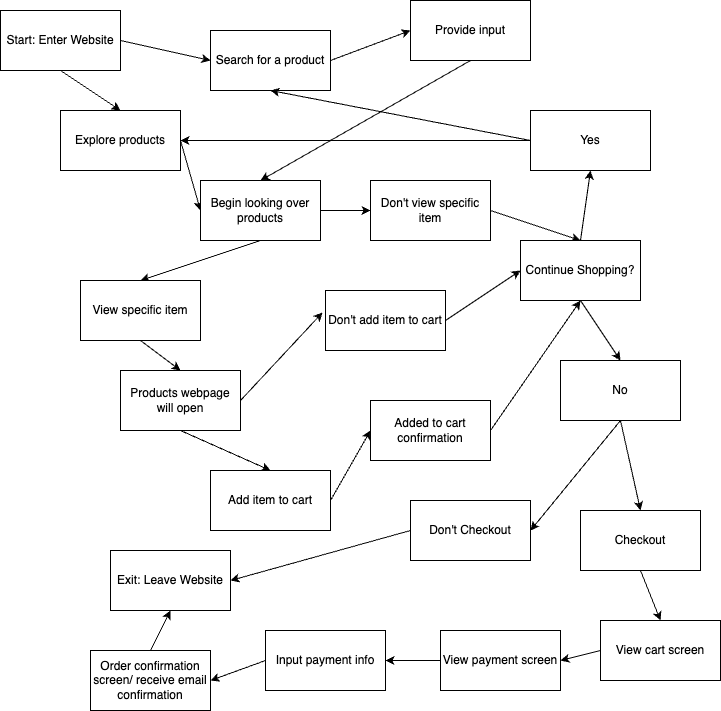
This is explore/diagramming/diagram.drawio.png from alexturco7/sp24-cse110-lab4, a draw.io export, as it was before one commit. Source tidied: cells renumbered, new cells last; positions are measured from the earlier drawing's top-left corner, leaving out a move shared by most shapes.
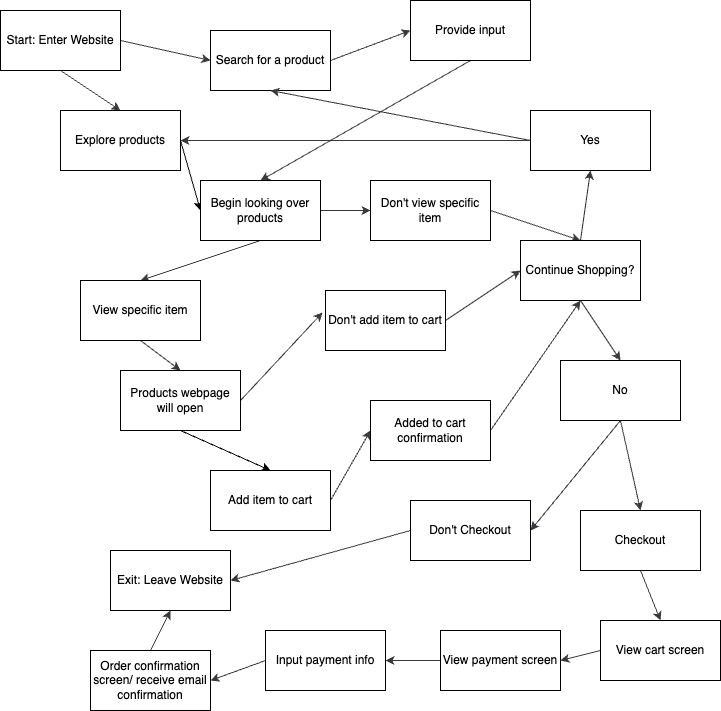
After the change.

Diff of the diagram source:
```diff
@@ -2,16 +2,16 @@
   <root>
     <mxCell id="0" />
     <mxCell id="1" parent="0" />
-    <mxCell id="2" style="edgeStyle=none;html=1;exitX=0.5;exitY=1;exitDx=0;exitDy=0;entryX=0.5;entryY=0;entryDx=0;entryDy=0;" parent="1" edge="1" source="4" target="8">
+    <mxCell id="2" style="edgeStyle=none;html=1;exitX=0.5;exitY=1;exitDx=0;exitDy=0;entryX=0.5;entryY=0;entryDx=0;entryDy=0;fillColor=#eeeeee;strokeColor=#36393d;" parent="1" edge="1" source="4" target="8">
       <mxGeometry relative="1" as="geometry" />
     </mxCell>
-    <mxCell id="3" style="edgeStyle=none;html=1;exitX=1;exitY=0.5;exitDx=0;exitDy=0;entryX=0;entryY=0.5;entryDx=0;entryDy=0;" parent="1" edge="1" source="4" target="6">
+    <mxCell id="3" style="edgeStyle=none;html=1;exitX=1;exitY=0.5;exitDx=0;exitDy=0;entryX=0;entryY=0.5;entryDx=0;entryDy=0;fillColor=#eeeeee;strokeColor=#36393d;" parent="1" edge="1" source="4" target="6">
       <mxGeometry relative="1" as="geometry" />
     </mxCell>
     <mxCell id="4" value="Start: Enter Website" style="whiteSpace=wrap;html=1;" parent="1" vertex="1">
       <mxGeometry y="10" width="120" height="60" as="geometry" />
     </mxCell>
-    <mxCell id="5" style="edgeStyle=none;html=1;exitX=1;exitY=0.5;exitDx=0;exitDy=0;entryX=0;entryY=0.5;entryDx=0;entryDy=0;" parent="1" edge="1" source="6" target="10">
+    <mxCell id="5" style="edgeStyle=none;html=1;exitX=1;exitY=0.5;exitDx=0;exitDy=0;entryX=0;entryY=0.5;entryDx=0;entryDy=0;fillColor=#eeeeee;strokeColor=#36393d;" parent="1" edge="1" source="6" target="10">
       <mxGeometry relative="1" as="geometry" />
     </mxCell>
     <mxCell id="6" value="Search for a product" style="whiteSpace=wrap;html=1;" parent="1" vertex="1">
@@ -23,28 +23,28 @@
     <mxCell id="8" value="Explore products" style="whiteSpace=wrap;html=1;" parent="1" vertex="1">
       <mxGeometry x="60" y="110" width="120" height="60" as="geometry" />
     </mxCell>
-    <mxCell id="9" style="edgeStyle=none;html=1;exitX=0.5;exitY=1;exitDx=0;exitDy=0;entryX=0.5;entryY=0;entryDx=0;entryDy=0;" parent="1" edge="1" source="10" target="13">
+    <mxCell id="9" style="edgeStyle=none;html=1;exitX=0.5;exitY=1;exitDx=0;exitDy=0;entryX=0.5;entryY=0;entryDx=0;entryDy=0;fillColor=#eeeeee;strokeColor=#36393d;" parent="1" edge="1" source="10" target="13">
       <mxGeometry relative="1" as="geometry" />
     </mxCell>
     <mxCell id="10" value="Provide input" style="whiteSpace=wrap;html=1;" parent="1" vertex="1">
       <mxGeometry x="410" width="120" height="60" as="geometry" />
     </mxCell>
-    <mxCell id="11" style="edgeStyle=none;html=1;exitX=0.5;exitY=1;exitDx=0;exitDy=0;entryX=0.5;entryY=0;entryDx=0;entryDy=0;" parent="1" edge="1" source="13" target="15">
+    <mxCell id="11" style="edgeStyle=none;html=1;exitX=0.5;exitY=1;exitDx=0;exitDy=0;entryX=0.5;entryY=0;entryDx=0;entryDy=0;fillColor=#eeeeee;strokeColor=#36393d;" parent="1" edge="1" source="13" target="15">
       <mxGeometry relative="1" as="geometry" />
     </mxCell>
-    <mxCell id="12" style="edgeStyle=none;html=1;exitX=1;exitY=0.5;exitDx=0;exitDy=0;entryX=0;entryY=0.5;entryDx=0;entryDy=0;" parent="1" edge="1" source="13" target="17">
+    <mxCell id="12" style="edgeStyle=none;html=1;exitX=1;exitY=0.5;exitDx=0;exitDy=0;entryX=0;entryY=0.5;entryDx=0;entryDy=0;fillColor=#eeeeee;strokeColor=#36393d;" parent="1" edge="1" source="13" target="17">
       <mxGeometry relative="1" as="geometry" />
     </mxCell>
     <mxCell id="13" value="Begin looking over products" style="whiteSpace=wrap;html=1;" parent="1" vertex="1">
       <mxGeometry x="200" y="180" width="120" height="60" as="geometry" />
     </mxCell>
-    <mxCell id="14" style="edgeStyle=none;html=1;exitX=0.5;exitY=1;exitDx=0;exitDy=0;entryX=0.5;entryY=0;entryDx=0;entryDy=0;" parent="1" edge="1" source="15" target="20">
+    <mxCell id="14" style="edgeStyle=none;html=1;exitX=0.5;exitY=1;exitDx=0;exitDy=0;entryX=0.5;entryY=0;entryDx=0;entryDy=0;fillColor=#eeeeee;strokeColor=#36393d;" parent="1" edge="1" source="15" target="20">
       <mxGeometry relative="1" as="geometry" />
     </mxCell>
     <mxCell id="15" value="View specific item" style="whiteSpace=wrap;html=1;" parent="1" vertex="1">
       <mxGeometry x="80" y="280" width="120" height="60" as="geometry" />
     </mxCell>
-    <mxCell id="16" style="edgeStyle=none;html=1;exitX=1;exitY=0.5;exitDx=0;exitDy=0;entryX=0.5;entryY=0;entryDx=0;entryDy=0;" parent="1" edge="1" source="17" target="29">
+    <mxCell id="16" style="edgeStyle=none;html=1;exitX=1;exitY=0.5;exitDx=0;exitDy=0;entryX=0.5;entryY=0;entryDx=0;entryDy=0;fillColor=#eeeeee;strokeColor=#36393d;" parent="1" edge="1" source="17" target="29">
       <mxGeometry relative="1" as="geometry" />
     </mxCell>
     <mxCell id="17" value="Don't view specific item" style="whiteSpace=wrap;html=1;" parent="1" vertex="1">
@@ -53,64 +53,64 @@
     <mxCell id="18" style="edgeStyle=none;html=1;exitX=0.5;exitY=1;exitDx=0;exitDy=0;entryX=0.5;entryY=0;entryDx=0;entryDy=0;" parent="1" edge="1" source="20" target="22">
       <mxGeometry relative="1" as="geometry" />
     </mxCell>
-    <mxCell id="19" style="edgeStyle=none;html=1;exitX=1;exitY=0.5;exitDx=0;exitDy=0;entryX=-0.025;entryY=0.367;entryDx=0;entryDy=0;entryPerimeter=0;" parent="1" edge="1" source="20" target="24">
+    <mxCell id="19" style="edgeStyle=none;html=1;exitX=1;exitY=0.5;exitDx=0;exitDy=0;entryX=-0.025;entryY=0.367;entryDx=0;entryDy=0;entryPerimeter=0;fillColor=#eeeeee;strokeColor=#36393d;" parent="1" edge="1" source="20" target="24">
       <mxGeometry relative="1" as="geometry" />
     </mxCell>
     <mxCell id="20" value="Products webpage will open" style="whiteSpace=wrap;html=1;" parent="1" vertex="1">
       <mxGeometry x="120" y="370" width="120" height="60" as="geometry" />
     </mxCell>
-    <mxCell id="21" style="edgeStyle=none;html=1;exitX=1;exitY=0.5;exitDx=0;exitDy=0;entryX=0;entryY=0.5;entryDx=0;entryDy=0;" parent="1" edge="1" source="22" target="26">
+    <mxCell id="21" style="edgeStyle=none;html=1;exitX=1;exitY=0.5;exitDx=0;exitDy=0;entryX=0;entryY=0.5;entryDx=0;entryDy=0;fillColor=#eeeeee;strokeColor=#36393d;" parent="1" edge="1" source="22" target="26">
       <mxGeometry relative="1" as="geometry" />
     </mxCell>
     <mxCell id="22" value="Add item to cart" style="whiteSpace=wrap;html=1;" parent="1" vertex="1">
       <mxGeometry x="210" y="470" width="120" height="60" as="geometry" />
     </mxCell>
-    <mxCell id="23" style="edgeStyle=none;html=1;exitX=1;exitY=0.5;exitDx=0;exitDy=0;entryX=0;entryY=0.5;entryDx=0;entryDy=0;" parent="1" edge="1" source="24" target="29">
+    <mxCell id="23" style="edgeStyle=none;html=1;exitX=1;exitY=0.5;exitDx=0;exitDy=0;entryX=0;entryY=0.5;entryDx=0;entryDy=0;fillColor=#eeeeee;strokeColor=#36393d;" parent="1" edge="1" source="24" target="29">
       <mxGeometry relative="1" as="geometry" />
     </mxCell>
     <mxCell id="24" value="Don't add item to cart" style="whiteSpace=wrap;html=1;" parent="1" vertex="1">
       <mxGeometry x="325" y="290" width="120" height="60" as="geometry" />
     </mxCell>
-    <mxCell id="25" style="edgeStyle=none;html=1;exitX=1;exitY=0.5;exitDx=0;exitDy=0;entryX=0.5;entryY=1;entryDx=0;entryDy=0;" parent="1" edge="1" source="26" target="29">
+    <mxCell id="25" style="edgeStyle=none;html=1;exitX=1;exitY=0.5;exitDx=0;exitDy=0;entryX=0.5;entryY=1;entryDx=0;entryDy=0;fillColor=#eeeeee;strokeColor=#36393d;" parent="1" edge="1" source="26" target="29">
       <mxGeometry relative="1" as="geometry" />
     </mxCell>
     <mxCell id="26" value="Added to cart confirmation" style="whiteSpace=wrap;html=1;" parent="1" vertex="1">
       <mxGeometry x="370" y="400" width="120" height="60" as="geometry" />
     </mxCell>
-    <mxCell id="27" style="edgeStyle=none;html=1;exitX=0.5;exitY=1;exitDx=0;exitDy=0;entryX=0.5;entryY=0;entryDx=0;entryDy=0;" parent="1" edge="1" source="29" target="35">
+    <mxCell id="27" style="edgeStyle=none;html=1;exitX=0.5;exitY=1;exitDx=0;exitDy=0;entryX=0.5;entryY=0;entryDx=0;entryDy=0;fillColor=#eeeeee;strokeColor=#36393d;" parent="1" edge="1" source="29" target="35">
       <mxGeometry relative="1" as="geometry" />
     </mxCell>
-    <mxCell id="28" style="edgeStyle=none;html=1;exitX=0.5;exitY=0;exitDx=0;exitDy=0;entryX=0.5;entryY=1;entryDx=0;entryDy=0;" parent="1" edge="1" source="29" target="32">
+    <mxCell id="28" style="edgeStyle=none;html=1;exitX=0.5;exitY=0;exitDx=0;exitDy=0;entryX=0.5;entryY=1;entryDx=0;entryDy=0;fillColor=#eeeeee;strokeColor=#36393d;" parent="1" edge="1" source="29" target="32">
       <mxGeometry relative="1" as="geometry" />
     </mxCell>
     <mxCell id="29" value="Continue Shopping?" style="whiteSpace=wrap;html=1;" parent="1" vertex="1">
       <mxGeometry x="520" y="240" width="120" height="60" as="geometry" />
     </mxCell>
-    <mxCell id="30" style="edgeStyle=none;html=1;exitX=0;exitY=0.5;exitDx=0;exitDy=0;entryX=1;entryY=0.5;entryDx=0;entryDy=0;" parent="1" edge="1" source="32" target="8">
+    <mxCell id="30" style="edgeStyle=none;html=1;exitX=0;exitY=0.5;exitDx=0;exitDy=0;entryX=1;entryY=0.5;entryDx=0;entryDy=0;fillColor=#eeeeee;strokeColor=#36393d;" parent="1" edge="1" source="32" target="8">
       <mxGeometry relative="1" as="geometry" />
     </mxCell>
-    <mxCell id="31" style="edgeStyle=none;html=1;exitX=0;exitY=0.5;exitDx=0;exitDy=0;entryX=0.5;entryY=1;entryDx=0;entryDy=0;" parent="1" edge="1" source="32" target="6">
+    <mxCell id="31" style="edgeStyle=none;html=1;exitX=0;exitY=0.5;exitDx=0;exitDy=0;entryX=0.5;entryY=1;entryDx=0;entryDy=0;fillColor=#eeeeee;strokeColor=#36393d;" parent="1" edge="1" source="32" target="6">
       <mxGeometry relative="1" as="geometry" />
     </mxCell>
     <mxCell id="32" value="Yes" style="whiteSpace=wrap;html=1;" parent="1" vertex="1">
       <mxGeometry x="530" y="110" width="120" height="60" as="geometry" />
     </mxCell>
-    <mxCell id="33" style="edgeStyle=none;html=1;exitX=0.5;exitY=1;exitDx=0;exitDy=0;entryX=1;entryY=0.5;entryDx=0;entryDy=0;" parent="1" edge="1" source="35" target="37">
+    <mxCell id="33" style="edgeStyle=none;html=1;exitX=0.5;exitY=1;exitDx=0;exitDy=0;entryX=1;entryY=0.5;entryDx=0;entryDy=0;fillColor=#eeeeee;strokeColor=#36393d;" parent="1" edge="1" source="35" target="37">
       <mxGeometry relative="1" as="geometry" />
     </mxCell>
-    <mxCell id="34" style="edgeStyle=none;html=1;exitX=0.5;exitY=1;exitDx=0;exitDy=0;entryX=0.5;entryY=0;entryDx=0;entryDy=0;" parent="1" edge="1" source="35" target="39">
+    <mxCell id="34" style="edgeStyle=none;html=1;exitX=0.5;exitY=1;exitDx=0;exitDy=0;entryX=0.5;entryY=0;entryDx=0;entryDy=0;fillColor=#eeeeee;strokeColor=#36393d;" parent="1" edge="1" source="35" target="39">
       <mxGeometry relative="1" as="geometry" />
     </mxCell>
     <mxCell id="35" value="No" style="whiteSpace=wrap;html=1;" parent="1" vertex="1">
       <mxGeometry x="560" y="360" width="120" height="60" as="geometry" />
     </mxCell>
-    <mxCell id="36" style="edgeStyle=none;html=1;exitX=0;exitY=0.5;exitDx=0;exitDy=0;entryX=1;entryY=0.5;entryDx=0;entryDy=0;" parent="1" edge="1" source="37" target="40">
+    <mxCell id="36" style="edgeStyle=none;html=1;exitX=0;exitY=0.5;exitDx=0;exitDy=0;entryX=1;entryY=0.5;entryDx=0;entryDy=0;fillColor=#eeeeee;strokeColor=#36393d;" parent="1" edge="1" source="37" target="40">
       <mxGeometry relative="1" as="geometry" />
     </mxCell>
     <mxCell id="37" value="Don't Checkout" style="whiteSpace=wrap;html=1;" parent="1" vertex="1">
       <mxGeometry x="410" y="500" width="120" height="60" as="geometry" />
     </mxCell>
-    <mxCell id="38" style="edgeStyle=none;html=1;exitX=0.5;exitY=1;exitDx=0;exitDy=0;entryX=0.5;entryY=0;entryDx=0;entryDy=0;" parent="1" edge="1" source="39" target="42">
+    <mxCell id="38" style="edgeStyle=none;html=1;exitX=0.5;exitY=1;exitDx=0;exitDy=0;entryX=0.5;entryY=0;entryDx=0;entryDy=0;fillColor=#eeeeee;strokeColor=#36393d;" parent="1" edge="1" source="39" target="42">
       <mxGeometry relative="1" as="geometry" />
     </mxCell>
     <mxCell id="39" value="Checkout" style="whiteSpace=wrap;html=1;" parent="1" vertex="1">
@@ -119,25 +119,25 @@
     <mxCell id="40" value="Exit: Leave Website" style="whiteSpace=wrap;html=1;" parent="1" vertex="1">
       <mxGeometry x="110" y="550" width="120" height="60" as="geometry" />
     </mxCell>
-    <mxCell id="41" style="edgeStyle=none;html=1;exitX=0;exitY=0.5;exitDx=0;exitDy=0;entryX=1;entryY=0.5;entryDx=0;entryDy=0;" parent="1" edge="1" source="42" target="44">
+    <mxCell id="41" style="edgeStyle=none;html=1;exitX=0;exitY=0.5;exitDx=0;exitDy=0;entryX=1;entryY=0.5;entryDx=0;entryDy=0;fillColor=#eeeeee;strokeColor=#36393d;" parent="1" edge="1" source="42" target="44">
       <mxGeometry relative="1" as="geometry" />
     </mxCell>
     <mxCell id="42" value="View cart screen" style="whiteSpace=wrap;html=1;" parent="1" vertex="1">
       <mxGeometry x="600" y="620" width="120" height="60" as="geometry" />
     </mxCell>
-    <mxCell id="43" style="edgeStyle=none;html=1;exitX=0;exitY=0.5;exitDx=0;exitDy=0;entryX=1;entryY=0.5;entryDx=0;entryDy=0;" parent="1" edge="1" source="44" target="46">
+    <mxCell id="43" style="edgeStyle=none;html=1;exitX=0;exitY=0.5;exitDx=0;exitDy=0;entryX=1;entryY=0.5;entryDx=0;entryDy=0;fillColor=#eeeeee;strokeColor=#36393d;" parent="1" edge="1" source="44" target="46">
       <mxGeometry relative="1" as="geometry" />
     </mxCell>
     <mxCell id="44" value="View payment screen" style="whiteSpace=wrap;html=1;" parent="1" vertex="1">
       <mxGeometry x="440" y="630" width="120" height="60" as="geometry" />
     </mxCell>
-    <mxCell id="45" style="edgeStyle=none;html=1;exitX=0;exitY=0.5;exitDx=0;exitDy=0;entryX=1;entryY=0.5;entryDx=0;entryDy=0;" parent="1" edge="1" source="46" target="48">
+    <mxCell id="45" style="edgeStyle=none;html=1;exitX=0;exitY=0.5;exitDx=0;exitDy=0;entryX=1;entryY=0.5;entryDx=0;entryDy=0;fillColor=#eeeeee;strokeColor=#36393d;" parent="1" edge="1" source="46" target="48">
       <mxGeometry relative="1" as="geometry" />
     </mxCell>
     <mxCell id="46" value="Input payment info" style="whiteSpace=wrap;html=1;" parent="1" vertex="1">
       <mxGeometry x="265" y="630" width="120" height="60" as="geometry" />
     </mxCell>
-    <mxCell id="47" style="edgeStyle=none;html=1;exitX=0.5;exitY=0;exitDx=0;exitDy=0;entryX=0.5;entryY=1;entryDx=0;entryDy=0;" parent="1" edge="1" source="48" target="40">
+    <mxCell id="47" style="edgeStyle=none;html=1;exitX=0.5;exitY=0;exitDx=0;exitDy=0;entryX=0.5;entryY=1;entryDx=0;entryDy=0;fillColor=#eeeeee;strokeColor=#36393d;" parent="1" edge="1" source="48" target="40">
       <mxGeometry relative="1" as="geometry" />
     </mxCell>
     <mxCell id="48" value="Order confirmation screen/ receive email confirmation" style="whiteSpace=wrap;html=1;" parent="1" vertex="1">
```
